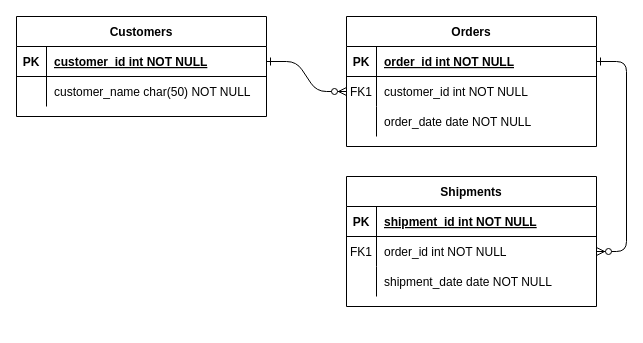
This is ERD/Untitled Diagram.drawio from BrianKendalBucek/BootcampX, a draw.io file, before an edit. Source tidied: cells renumbered, new cells numbered last; positions are measured from the earlier drawing's top-left corner, leaving out a move shared by most shapes. Both pictures are drawn from the tidied source at 100%, with x=0, y=0 at pixel (16, 16).
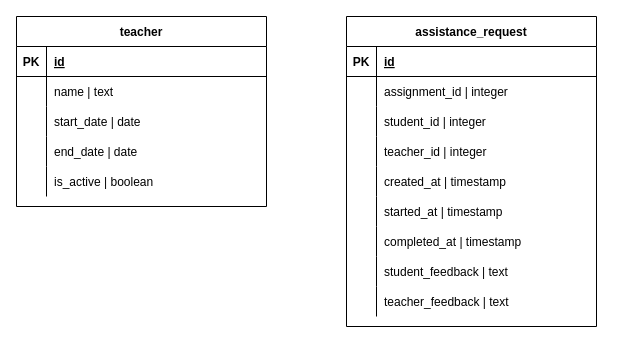
The same page after the edit.

The change refers to these unchanged cells:
```xml
<mxCell id="5" style="shape=partialRectangle;fillColor=none;points=[[0,0.5],[1,0.5]];portConstraint=eastwest;top=0;left=0;right=0;bottom=1;" parent="4" vertex="1">
  <mxGeometry y="30" width="250" height="30" as="geometry" />
</mxCell>
<mxCell id="8" style="shape=partialRectangle;fillColor=none;points=[[0,0.5],[1,0.5]];portConstraint=eastwest;top=0;left=0;right=0;bottom=0;" parent="4" vertex="1">
  <mxGeometry y="60" width="250" height="30" as="geometry" />
</mxCell>
<mxCell id="11" style="shape=partialRectangle;fillColor=none;top=0;left=0;right=0;bottom=0;" parent="4" vertex="1">
  <mxGeometry y="90" width="250" height="30" as="geometry" />
</mxCell>
<mxCell id="25" style="shape=partialRectangle;fillColor=none;points=[[0,0.5],[1,0.5]];portConstraint=eastwest;top=0;left=0;right=0;bottom=1;" parent="24" vertex="1">
  <mxGeometry y="30" width="250" height="30" as="geometry" />
</mxCell>
<mxCell id="28" style="shape=partialRectangle;fillColor=none;top=0;left=0;right=0;bottom=0;" parent="24" vertex="1">
  <mxGeometry y="60" width="250" height="30" as="geometry" />
</mxCell>
```

The edit, as a diff of the source:
```diff
@@
-    <mxCell id="2" style="edgeStyle=entityRelationEdgeStyle;endArrow=ERzeroToMany;startArrow=ERone;endFill=1;startFill=0;" parent="1" edge="1" source="25" target="8">
-      <mxGeometry relative="1" as="geometry" />
-    </mxCell>
-    <mxCell id="3" style="edgeStyle=entityRelationEdgeStyle;endArrow=ERzeroToMany;startArrow=ERone;endFill=1;startFill=0;" parent="1" edge="1" source="5" target="18">
-      <mxGeometry relative="1" as="geometry" />
-    </mxCell>
-    <mxCell id="4" value="Orders" style="shape=table;startSize=30;childLayout=tableLayout;rowLines=0;fontStyle=1;align=center;" parent="1" vertex="1">
-      <mxGeometry x="330" width="250" height="130" as="geometry" />
+    <mxCell id="4" value="assistance_request" style="shape=table;startSize=30;childLayout=tableLayout;rowLines=0;fontStyle=1;align=center;" parent="1" vertex="1">
+      <mxGeometry x="330" width="250" height="310" as="geometry" />
     </mxCell>
@@
-    <mxCell id="7" value="order_id int NOT NULL " style="shape=partialRectangle;overflow=hidden;fillColor=none;top=0;left=0;bottom=0;right=0;align=left;spacingLeft=6;fontStyle=5;" parent="5" vertex="1">
+    <mxCell id="7" value="id" style="shape=partialRectangle;overflow=hidden;fillColor=none;top=0;left=0;bottom=0;right=0;align=left;spacingLeft=6;fontStyle=5;" parent="5" vertex="1">
       <mxGeometry x="30" width="220" height="30" as="geometry" />
     </mxCell>
@@
-    <mxCell id="9" value="FK1" style="shape=partialRectangle;overflow=hidden;fillColor=none;top=0;left=0;bottom=0;right=0;" parent="8" vertex="1">
+    <mxCell id="9" style="shape=partialRectangle;overflow=hidden;fillColor=none;top=0;left=0;bottom=0;right=0;" parent="8" vertex="1">
       <mxGeometry width="30" height="30" as="geometry" />
     </mxCell>
-    <mxCell id="10" value="customer_id int NOT NULL" style="shape=partialRectangle;overflow=hidden;fillColor=none;top=0;left=0;bottom=0;right=0;align=left;spacingLeft=6;" parent="8" vertex="1">
+    <mxCell id="10" value="assignment_id | integer" style="shape=partialRectangle;overflow=hidden;fillColor=none;top=0;left=0;bottom=0;right=0;align=left;spacingLeft=6;" parent="8" vertex="1">
       <mxGeometry x="30" width="220" height="30" as="geometry" />
     </mxCell>
@@
-    <mxCell id="13" value="order_date date NOT NULL" style="shape=partialRectangle;overflow=hidden;fillColor=none;top=0;left=0;bottom=0;right=0;align=left;spacingLeft=6;" parent="11" vertex="1">
+    <mxCell id="13" value="student_id | integer" style="shape=partialRectangle;overflow=hidden;fillColor=none;top=0;left=0;bottom=0;right=0;align=left;spacingLeft=6;" parent="11" vertex="1">
       <mxGeometry x="30" width="220" height="30" as="geometry" />
     </mxCell>
-    <mxCell id="14" value="Shipments" style="shape=table;startSize=30;childLayout=tableLayout;rowLines=0;fontStyle=1;align=center;" parent="1" vertex="1">
-      <mxGeometry x="330" y="160" width="250" height="130" as="geometry" />
-    </mxCell>
-    <mxCell id="15" style="shape=partialRectangle;fillColor=none;top=0;left=0;right=0;bottom=1;" parent="14" vertex="1">
-      <mxGeometry y="30" width="250" height="30" as="geometry" />
-    </mxCell>
-    <mxCell id="16" value="PK" style="shape=partialRectangle;overflow=hidden;fillColor=none;top=0;left=0;bottom=0;right=0;fontStyle=1;" parent="15" vertex="1">
-      <mxGeometry width="30" height="30" as="geometry" />
-    </mxCell>
-    <mxCell id="17" value="shipment_id int NOT NULL " style="shape=partialRectangle;overflow=hidden;fillColor=none;top=0;left=0;bottom=0;right=0;align=left;spacingLeft=6;fontStyle=5;" parent="15" vertex="1">
-      <mxGeometry x="30" width="220" height="30" as="geometry" />
-    </mxCell>
-    <mxCell id="18" style="shape=partialRectangle;fillColor=none;points=[[0,0.5],[1,0.5]];portConstraint=eastwest;top=0;left=0;right=0;bottom=0;" parent="14" vertex="1">
-      <mxGeometry y="60" width="250" height="30" as="geometry" />
-    </mxCell>
-    <mxCell id="19" value="FK1" style="shape=partialRectangle;overflow=hidden;fillColor=none;top=0;left=0;bottom=0;right=0;" parent="18" vertex="1">
-      <mxGeometry width="30" height="30" as="geometry" />
-    </mxCell>
-    <mxCell id="20" value="order_id int NOT NULL" style="shape=partialRectangle;overflow=hidden;fillColor=none;top=0;left=0;bottom=0;right=0;align=left;spacingLeft=6;" parent="18" vertex="1">
-      <mxGeometry x="30" width="220" height="30" as="geometry" />
-    </mxCell>
-    <mxCell id="21" style="shape=partialRectangle;fillColor=none;top=0;left=0;right=0;bottom=0;" parent="14" vertex="1">
-      <mxGeometry y="90" width="250" height="30" as="geometry" />
-    </mxCell>
-    <mxCell id="22" style="shape=partialRectangle;overflow=hidden;fillColor=none;top=0;left=0;bottom=0;right=0;" parent="21" vertex="1">
-      <mxGeometry width="30" height="30" as="geometry" />
-    </mxCell>
-    <mxCell id="23" value="shipment_date date NOT NULL" style="shape=partialRectangle;overflow=hidden;fillColor=none;top=0;left=0;bottom=0;right=0;align=left;spacingLeft=6;" parent="21" vertex="1">
-      <mxGeometry x="30" width="220" height="30" as="geometry" />
-    </mxCell>
+    <mxCell id="31" style="shape=tableRow;horizontal=0;startSize=0;swimlaneHead=0;swimlaneBody=0;fillColor=none;top=0;left=0;right=0;bottom=0;" parent="4" vertex="1">
+      <mxGeometry y="120" width="250" height="30" as="geometry" />
+    </mxCell>
+    <mxCell id="32" style="shape=partialRectangle;fillColor=none;top=0;left=0;bottom=0;right=0;overflow=hidden;" parent="31" vertex="1">
+      <mxGeometry width="30" height="30" as="geometry" />
+    </mxCell>
+    <mxCell id="33" value="teacher_id | integer" style="shape=partialRectangle;fillColor=none;top=0;left=0;bottom=0;right=0;align=left;spacingLeft=6;overflow=hidden;" parent="31" vertex="1">
+      <mxGeometry x="30" width="220" height="30" as="geometry" />
+    </mxCell>
+    <mxCell id="34" style="shape=tableRow;horizontal=0;startSize=0;swimlaneHead=0;swimlaneBody=0;fillColor=none;top=0;left=0;right=0;bottom=0;" parent="4" vertex="1">
+      <mxGeometry y="150" width="250" height="30" as="geometry" />
+    </mxCell>
+    <mxCell id="35" style="shape=partialRectangle;fillColor=none;top=0;left=0;bottom=0;right=0;overflow=hidden;" parent="34" vertex="1">
+      <mxGeometry width="30" height="30" as="geometry" />
+    </mxCell>
+    <mxCell id="36" value="created_at | timestamp" style="shape=partialRectangle;fillColor=none;top=0;left=0;bottom=0;right=0;align=left;spacingLeft=6;overflow=hidden;" parent="34" vertex="1">
+      <mxGeometry x="30" width="220" height="30" as="geometry" />
+    </mxCell>
+    <mxCell id="37" style="shape=tableRow;horizontal=0;startSize=0;swimlaneHead=0;swimlaneBody=0;fillColor=none;top=0;left=0;right=0;bottom=0;" parent="4" vertex="1">
+      <mxGeometry y="180" width="250" height="30" as="geometry" />
+    </mxCell>
+    <mxCell id="38" style="shape=partialRectangle;fillColor=none;top=0;left=0;bottom=0;right=0;overflow=hidden;" parent="37" vertex="1">
+      <mxGeometry width="30" height="30" as="geometry" />
+    </mxCell>
+    <mxCell id="39" value="started_at | timestamp" style="shape=partialRectangle;fillColor=none;top=0;left=0;bottom=0;right=0;align=left;spacingLeft=6;overflow=hidden;" parent="37" vertex="1">
+      <mxGeometry x="30" width="220" height="30" as="geometry" />
+    </mxCell>
+    <mxCell id="40" style="shape=tableRow;horizontal=0;startSize=0;swimlaneHead=0;swimlaneBody=0;fillColor=none;top=0;left=0;right=0;bottom=0;" parent="4" vertex="1">
+      <mxGeometry y="210" width="250" height="30" as="geometry" />
+    </mxCell>
+    <mxCell id="41" style="shape=partialRectangle;fillColor=none;top=0;left=0;bottom=0;right=0;overflow=hidden;" parent="40" vertex="1">
+      <mxGeometry width="30" height="30" as="geometry" />
+    </mxCell>
+    <mxCell id="42" value="completed_at | timestamp" style="shape=partialRectangle;fillColor=none;top=0;left=0;bottom=0;right=0;align=left;spacingLeft=6;overflow=hidden;" parent="40" vertex="1">
+      <mxGeometry x="30" width="220" height="30" as="geometry" />
+    </mxCell>
+    <mxCell id="43" style="shape=tableRow;horizontal=0;startSize=0;swimlaneHead=0;swimlaneBody=0;fillColor=none;top=0;left=0;right=0;bottom=0;" parent="4" vertex="1">
+      <mxGeometry y="240" width="250" height="30" as="geometry" />
+    </mxCell>
+    <mxCell id="44" style="shape=partialRectangle;fillColor=none;top=0;left=0;bottom=0;right=0;overflow=hidden;" parent="43" vertex="1">
+      <mxGeometry width="30" height="30" as="geometry" />
+    </mxCell>
+    <mxCell id="45" value="student_feedback | text" style="shape=partialRectangle;fillColor=none;top=0;left=0;bottom=0;right=0;align=left;spacingLeft=6;overflow=hidden;" parent="43" vertex="1">
+      <mxGeometry x="30" width="220" height="30" as="geometry" />
+    </mxCell>
+    <mxCell id="46" style="shape=tableRow;horizontal=0;startSize=0;swimlaneHead=0;swimlaneBody=0;fillColor=none;top=0;left=0;right=0;bottom=0;" parent="4" vertex="1">
+      <mxGeometry y="270" width="250" height="30" as="geometry" />
+    </mxCell>
+    <mxCell id="47" style="shape=partialRectangle;fillColor=none;top=0;left=0;bottom=0;right=0;overflow=hidden;" parent="46" vertex="1">
+      <mxGeometry width="30" height="30" as="geometry" />
+    </mxCell>
+    <mxCell id="48" value="teacher_feedback | text" style="shape=partialRectangle;fillColor=none;top=0;left=0;bottom=0;right=0;align=left;spacingLeft=6;overflow=hidden;" parent="46" vertex="1">
+      <mxGeometry x="30" width="220" height="30" as="geometry" />
+    </mxCell>
-    <mxCell id="24" value="Customers" style="shape=table;startSize=30;childLayout=tableLayout;rowLines=0;fontStyle=1;align=center;" parent="1" vertex="1">
-      <mxGeometry width="250" height="100" as="geometry" />
+    <mxCell id="24" value="teacher" style="shape=table;startSize=30;childLayout=tableLayout;rowLines=0;fontStyle=1;align=center;" parent="1" vertex="1">
+      <mxGeometry width="250" height="190" as="geometry" />
     </mxCell>
@@
-    <mxCell id="27" value="customer_id int NOT NULL " style="shape=partialRectangle;overflow=hidden;fillColor=none;top=0;left=0;bottom=0;right=0;align=left;spacingLeft=6;fontStyle=5;" parent="25" vertex="1">
+    <mxCell id="27" value="id" style="shape=partialRectangle;overflow=hidden;fillColor=none;top=0;left=0;bottom=0;right=0;align=left;spacingLeft=6;fontStyle=5;" parent="25" vertex="1">
       <mxGeometry x="30" width="220" height="30" as="geometry" />
     </mxCell>
@@
-    <mxCell id="30" value="customer_name char(50) NOT NULL" style="shape=partialRectangle;overflow=hidden;fillColor=none;top=0;left=0;bottom=0;right=0;align=left;spacingLeft=6;" parent="28" vertex="1">
+    <mxCell id="30" value="name | text" style="shape=partialRectangle;overflow=hidden;fillColor=none;top=0;left=0;bottom=0;right=0;align=left;spacingLeft=6;" parent="28" vertex="1">
       <mxGeometry x="30" width="220" height="30" as="geometry" />
     </mxCell>
+    <mxCell id="49" style="shape=tableRow;horizontal=0;startSize=0;swimlaneHead=0;swimlaneBody=0;fillColor=none;top=0;left=0;right=0;bottom=0;" parent="24" vertex="1">
+      <mxGeometry y="90" width="250" height="30" as="geometry" />
+    </mxCell>
+    <mxCell id="50" style="shape=partialRectangle;fillColor=none;top=0;left=0;bottom=0;right=0;overflow=hidden;" parent="49" vertex="1">
+      <mxGeometry width="30" height="30" as="geometry" />
+    </mxCell>
+    <mxCell id="51" value="start_date | date" style="shape=partialRectangle;fillColor=none;top=0;left=0;bottom=0;right=0;align=left;spacingLeft=6;overflow=hidden;" parent="49" vertex="1">
+      <mxGeometry x="30" width="220" height="30" as="geometry" />
+    </mxCell>
+    <mxCell id="52" style="shape=tableRow;horizontal=0;startSize=0;swimlaneHead=0;swimlaneBody=0;fillColor=none;top=0;left=0;right=0;bottom=0;" parent="24" vertex="1">
+      <mxGeometry y="120" width="250" height="30" as="geometry" />
+    </mxCell>
+    <mxCell id="53" style="shape=partialRectangle;fillColor=none;top=0;left=0;bottom=0;right=0;overflow=hidden;" parent="52" vertex="1">
+      <mxGeometry width="30" height="30" as="geometry" />
+    </mxCell>
+    <mxCell id="54" value="end_date | date" style="shape=partialRectangle;fillColor=none;top=0;left=0;bottom=0;right=0;align=left;spacingLeft=6;overflow=hidden;" parent="52" vertex="1">
+      <mxGeometry x="30" width="220" height="30" as="geometry" />
+    </mxCell>
+    <mxCell id="55" style="shape=tableRow;horizontal=0;startSize=0;swimlaneHead=0;swimlaneBody=0;fillColor=none;top=0;left=0;right=0;bottom=0;" parent="24" vertex="1">
+      <mxGeometry y="150" width="250" height="30" as="geometry" />
+    </mxCell>
+    <mxCell id="56" style="shape=partialRectangle;fillColor=none;top=0;left=0;bottom=0;right=0;overflow=hidden;" parent="55" vertex="1">
+      <mxGeometry width="30" height="30" as="geometry" />
+    </mxCell>
+    <mxCell id="57" value="is_active | boolean" style="shape=partialRectangle;fillColor=none;top=0;left=0;bottom=0;right=0;align=left;spacingLeft=6;overflow=hidden;" parent="55" vertex="1">
+      <mxGeometry x="30" width="220" height="30" as="geometry" />
+    </mxCell>
```
